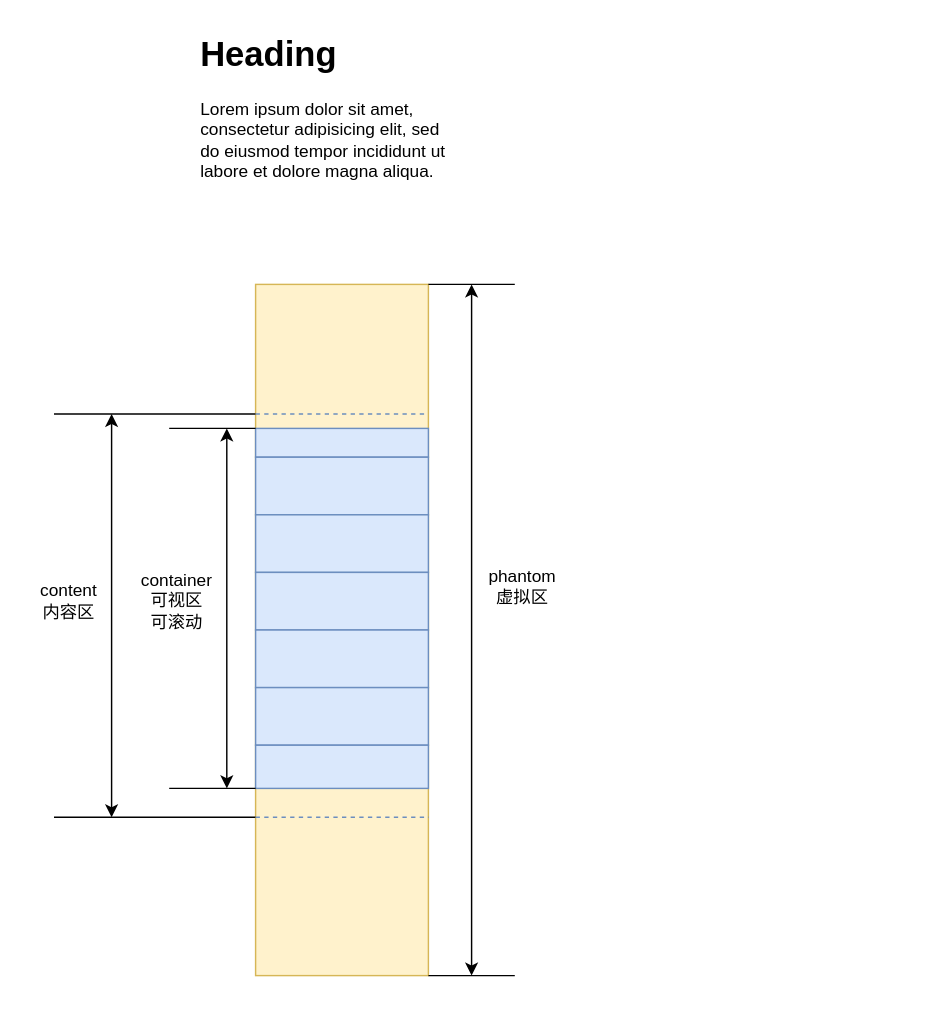
BeansChen/studydemo keeps this draw.io diagram as 虚拟列表.drawio. Above is the earlier version. Source tidied: cells renumbered, new cells numbered last; positions are measured from the earlier drawing's top-left corner, leaving out a move shared by most shapes. Both pictures are drawn from the tidied source at 144%, with x=0, y=0 at pixel (24, 24).
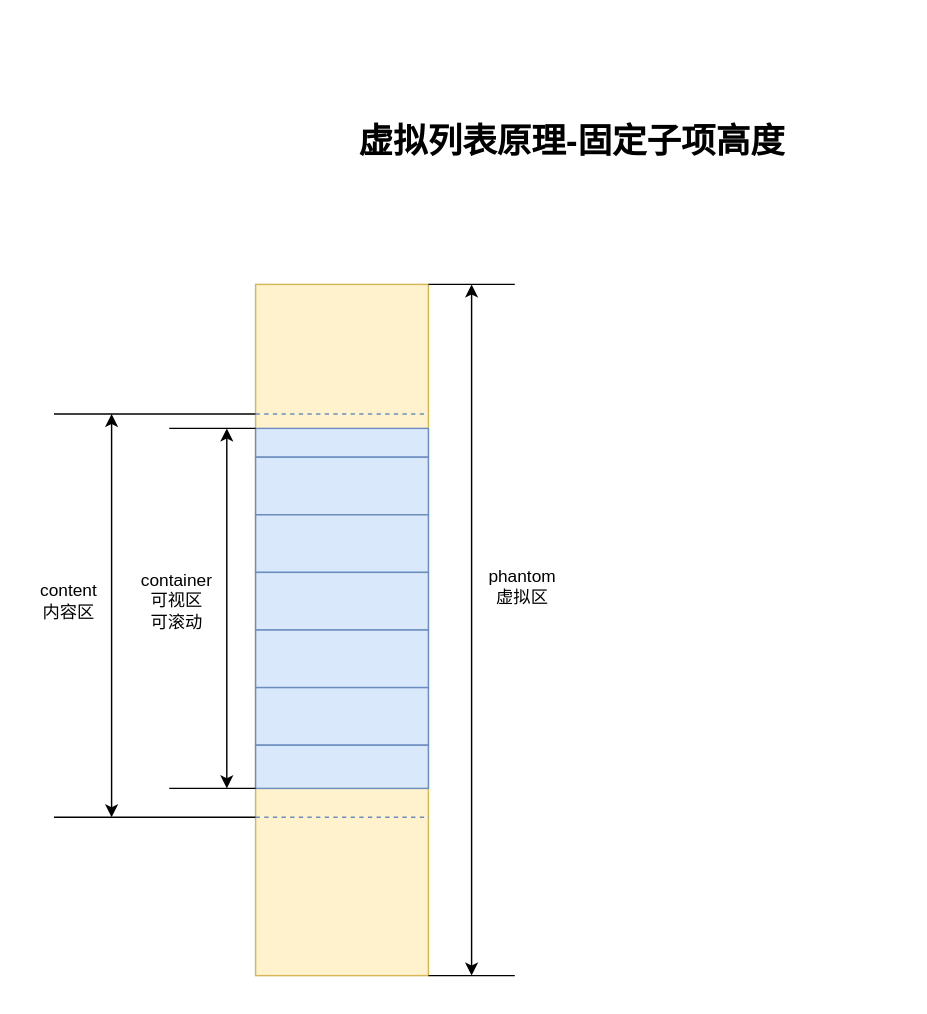
The same page after the edit.

Commit message:
更新虚拟列表.drawio

Diff of the diagram source:
```diff
@@
-    <mxCell id="24" value="&lt;h1 style=&quot;margin-top: 0px;&quot;&gt;Heading&lt;/h1&gt;&lt;p&gt;Lorem ipsum dolor sit amet, consectetur adipisicing elit, sed do eiusmod tempor incididunt ut labore et dolore magna aliqua.&lt;/p&gt;" style="text;html=1;whiteSpace=wrap;overflow=hidden;rounded=0;" parent="1" vertex="1">
-      <mxGeometry x="120" width="180" height="120" as="geometry" />
+    <mxCell id="24" value="&lt;h1 style=&quot;margin-top: 0px;&quot;&gt;虚拟列表原理-固定子项高度&lt;/h1&gt;" style="text;html=1;whiteSpace=wrap;overflow=hidden;rounded=0;" parent="1" vertex="1">
+      <mxGeometry x="230" y="60" width="380" height="90" as="geometry" />
     </mxCell>
```
